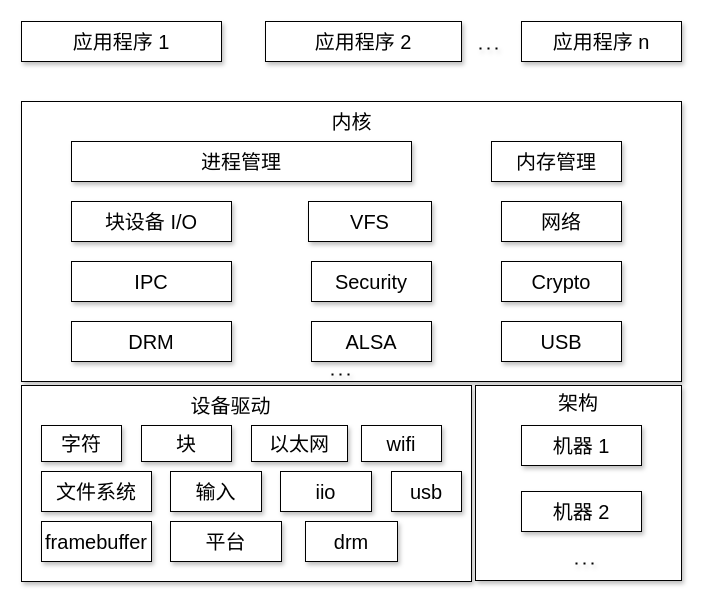
This is img/lectures/Linux_kernel_architecture.dio from linux-kernel-labs-zh/docs-linux-kernel-labs-zh-cn, a draw.io file, before an edit. Source tidied: cells renumbered, new cells numbered last; positions are measured from the earlier drawing's top-left corner, leaving out a move shared by most shapes. Both pictures are drawn from the tidied source at 100%, with x=0, y=0 at pixel (21, 21).
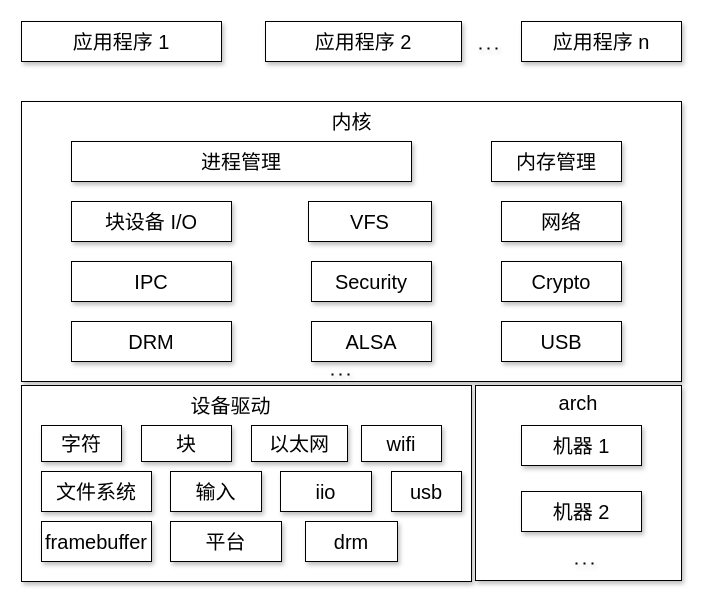
After the change.

Change to the diagram source:
```diff
@@
-    <mxCell id="34" value="架构" style="text;html=1;strokeColor=none;fillColor=none;align=center;verticalAlign=middle;whiteSpace=wrap;rounded=0;shadow=1;fontSize=20;" parent="1" vertex="1">
+    <mxCell id="34" value="arch" style="text;html=1;strokeColor=none;fillColor=none;align=center;verticalAlign=middle;whiteSpace=wrap;rounded=0;shadow=1;fontSize=20;" parent="1" vertex="1">
       <mxGeometry x="527" y="366" width="60" height="30" as="geometry" />
     </mxCell>
```
